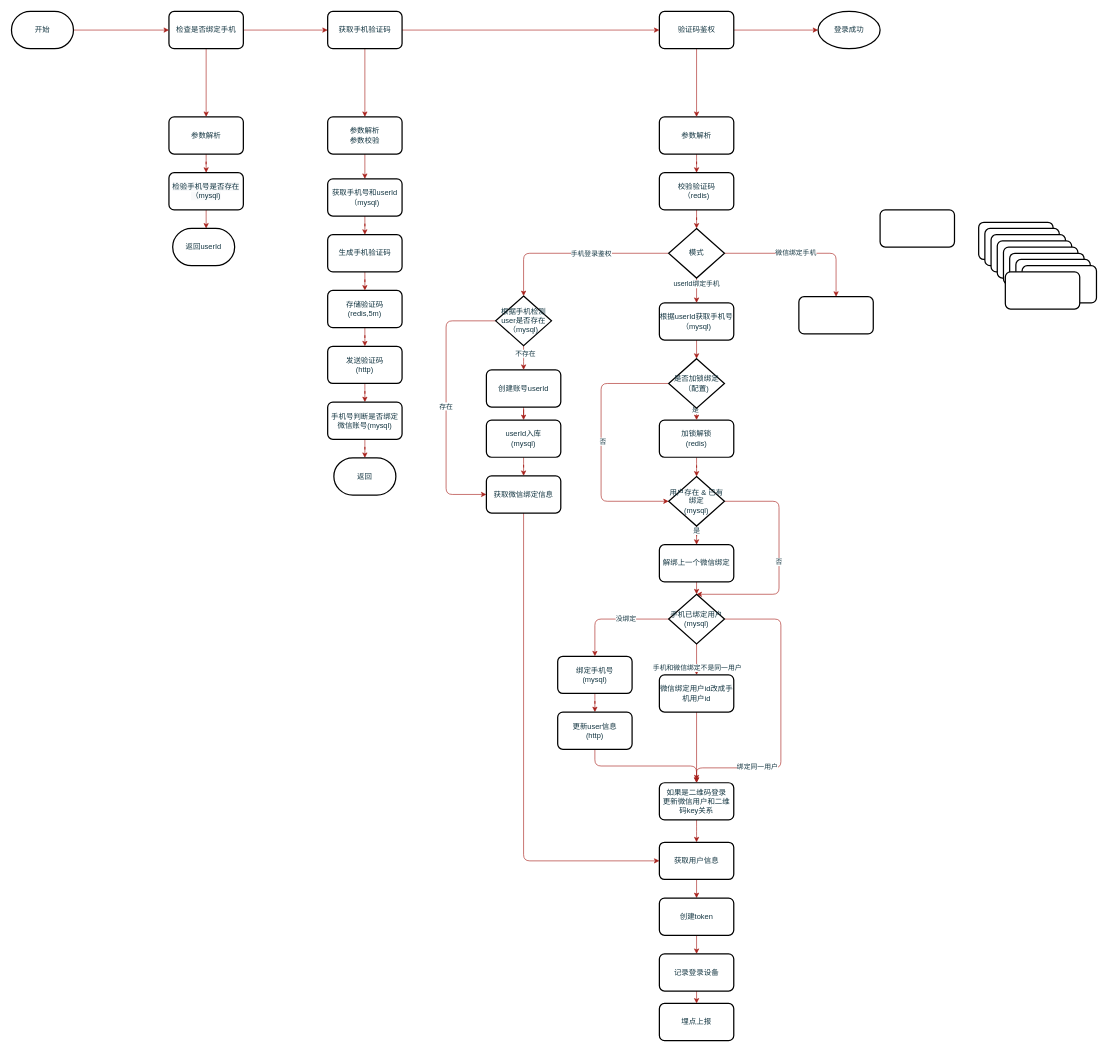
Before: 手机登录.drawio in xiell2016/hetaoDesign, a draw.io diagram. Source tidied: cells renumbered, new cells numbered last; positions are measured from the earlier drawing's top-left corner, leaving out a move shared by most shapes. Both pictures are drawn from the tidied source at 62%, with x=0, y=0 at pixel (11, 11).
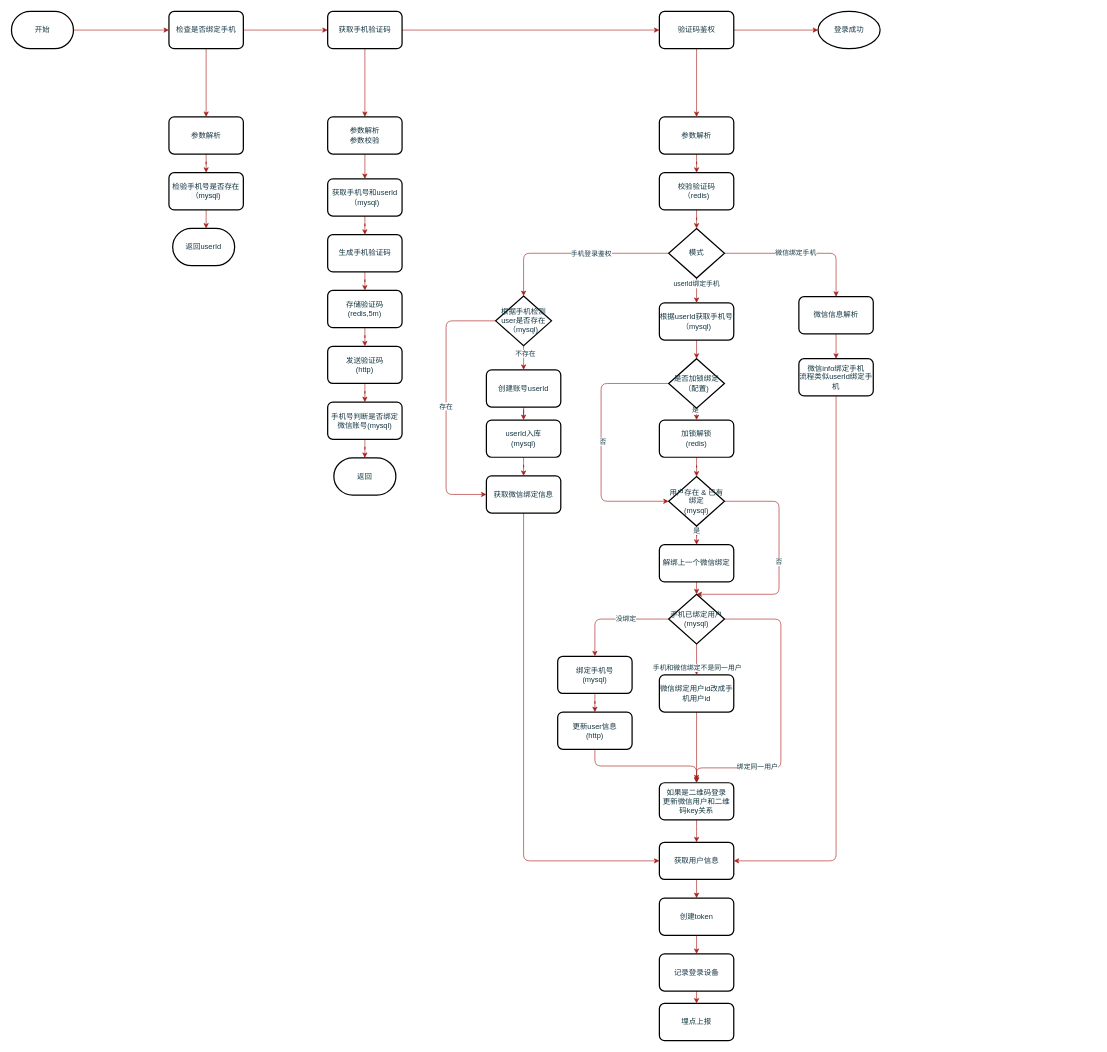
The same diagram, later.

Commit message (it also covers changes not shown here):
更新手机登录.drawio

The change refers to these unchanged cells:
```xml
<mxCell id="96" value="获取用户信息" style="whiteSpace=wrap;html=1;rounded=1;fontColor=#143642;strokeWidth=2;fillColor=#FFFFFF;arcSize=14;sketch=0;" parent="1" vertex="1">
  <mxGeometry x="1045" y="1340" width="120" height="60" as="geometry" />
</mxCell>
```

Diff of the diagram source:
```diff
@@
-    <mxCell id="2" style="whiteSpace=wrap;html=1;rounded=1;fontColor=#143642;strokeWidth=2;fillColor=#FFFFFF;arcSize=14;sketch=0;" parent="1" vertex="1">
-      <mxGeometry x="1401" y="320" width="120" height="60" as="geometry" />
-    </mxCell>
@@
+    <mxCell id="102" style="edgeStyle=orthogonalEdgeStyle;curved=0;rounded=1;sketch=0;jettySize=auto;html=1;fontColor=#143642;strokeColor=#A8201A;fillColor=#FAE5C7;" parent="1" edge="1" source="7" target="104">
+      <mxGeometry relative="1" as="geometry" />
+    </mxCell>
-    <mxCell id="7" style="whiteSpace=wrap;html=1;rounded=1;fontColor=#143642;strokeWidth=2;fillColor=#FFFFFF;arcSize=14;sketch=0;" parent="1" vertex="1">
+    <mxCell id="7" value="&lt;span style=&quot;font-weight: normal&quot;&gt;微信信息解析&lt;/span&gt;" style="whiteSpace=wrap;html=1;rounded=1;fontColor=#143642;strokeWidth=2;fillColor=#FFFFFF;arcSize=14;sketch=0;fontStyle=1;" parent="1" vertex="1">
       <mxGeometry x="1270" y="460" width="120" height="60" as="geometry" />
     </mxCell>
@@
-    <mxCell id="23" style="whiteSpace=wrap;html=1;rounded=1;fontColor=#143642;strokeWidth=2;fillColor=#FFFFFF;arcSize=14;sketch=0;" parent="1" vertex="1">
-      <mxGeometry x="1560" y="340" width="120" height="60" as="geometry" />
-    </mxCell>
-    <mxCell id="24" style="whiteSpace=wrap;html=1;rounded=1;fontColor=#143642;strokeWidth=2;fillColor=#FFFFFF;arcSize=14;sketch=0;" parent="1" vertex="1">
-      <mxGeometry x="1570" y="350" width="120" height="60" as="geometry" />
-    </mxCell>
-    <mxCell id="25" style="whiteSpace=wrap;html=1;rounded=1;fontColor=#143642;strokeWidth=2;fillColor=#FFFFFF;arcSize=14;sketch=0;" parent="1" vertex="1">
-      <mxGeometry x="1580" y="360" width="120" height="60" as="geometry" />
-    </mxCell>
-    <mxCell id="26" style="whiteSpace=wrap;html=1;rounded=1;fontColor=#143642;strokeWidth=2;fillColor=#FFFFFF;arcSize=14;sketch=0;" parent="1" vertex="1">
-      <mxGeometry x="1590" y="370" width="120" height="60" as="geometry" />
-    </mxCell>
-    <mxCell id="27" style="whiteSpace=wrap;html=1;rounded=1;fontColor=#143642;strokeWidth=2;fillColor=#FFFFFF;arcSize=14;sketch=0;" parent="1" vertex="1">
-      <mxGeometry x="1600" y="380" width="120" height="60" as="geometry" />
-    </mxCell>
-    <mxCell id="28" style="whiteSpace=wrap;html=1;rounded=1;fontColor=#143642;strokeWidth=2;fillColor=#FFFFFF;arcSize=14;sketch=0;" parent="1" vertex="1">
-      <mxGeometry x="1610" y="390" width="120" height="60" as="geometry" />
-    </mxCell>
-    <mxCell id="29" style="whiteSpace=wrap;html=1;rounded=1;fontColor=#143642;strokeWidth=2;fillColor=#FFFFFF;arcSize=14;sketch=0;" parent="1" vertex="1">
-      <mxGeometry x="1620" y="400" width="120" height="60" as="geometry" />
-    </mxCell>
-    <mxCell id="30" style="whiteSpace=wrap;html=1;rounded=1;fontColor=#143642;strokeWidth=2;fillColor=#FFFFFF;arcSize=14;sketch=0;" parent="1" vertex="1">
-      <mxGeometry x="1630" y="410" width="120" height="60" as="geometry" />
-    </mxCell>
-    <mxCell id="31" style="whiteSpace=wrap;html=1;rounded=1;fontColor=#143642;strokeWidth=2;fillColor=#FFFFFF;arcSize=14;sketch=0;" parent="1" vertex="1">
-      <mxGeometry x="1603" y="420" width="120" height="60" as="geometry" />
-    </mxCell>
@@
+    <mxCell id="103" style="edgeStyle=orthogonalEdgeStyle;curved=0;rounded=1;sketch=0;jettySize=auto;html=1;exitX=0.5;exitY=1;exitDx=0;exitDy=0;entryX=1;entryY=0.5;entryDx=0;entryDy=0;fontColor=#143642;strokeColor=#A8201A;fillColor=#FAE5C7;" parent="1" edge="1" source="104" target="96">
+      <mxGeometry relative="1" as="geometry" />
+    </mxCell>
+    <mxCell id="104" value="微信info绑定手机&lt;br&gt;流程类似userId绑定手机" style="whiteSpace=wrap;html=1;rounded=1;fontColor=#143642;strokeWidth=2;fillColor=#FFFFFF;arcSize=14;sketch=0;" parent="1" vertex="1">
+      <mxGeometry x="1270" y="560" width="120" height="60" as="geometry" />
+    </mxCell>
```
